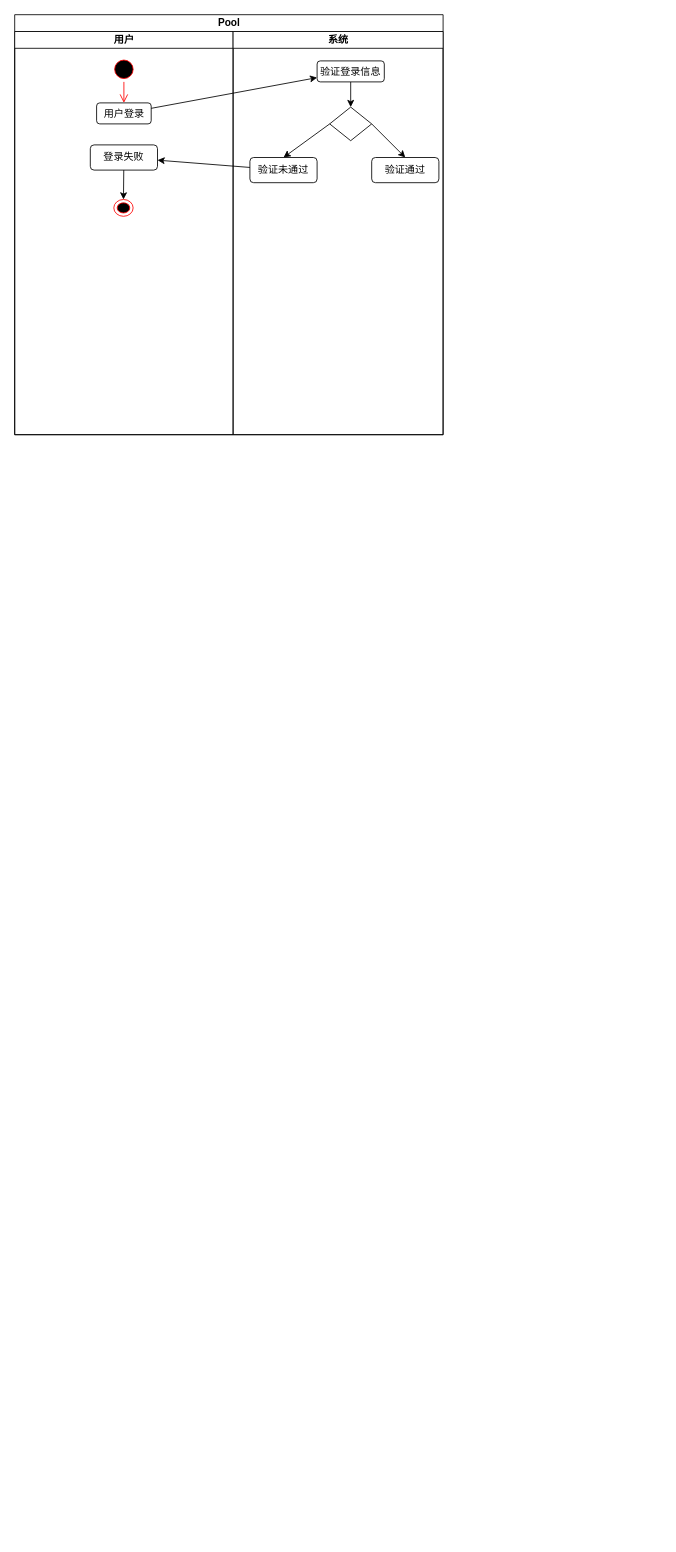
The draw.io diagram 业务用例场景-活动图.drawio in JMHello/draw, before the edit. Source tidied: cells renumbered, new cells numbered last; positions are measured from the earlier drawing's top-left corner, leaving out a move shared by most shapes. Both pictures are drawn from the tidied source at 84%, with x=0, y=0 at pixel (14, 14).
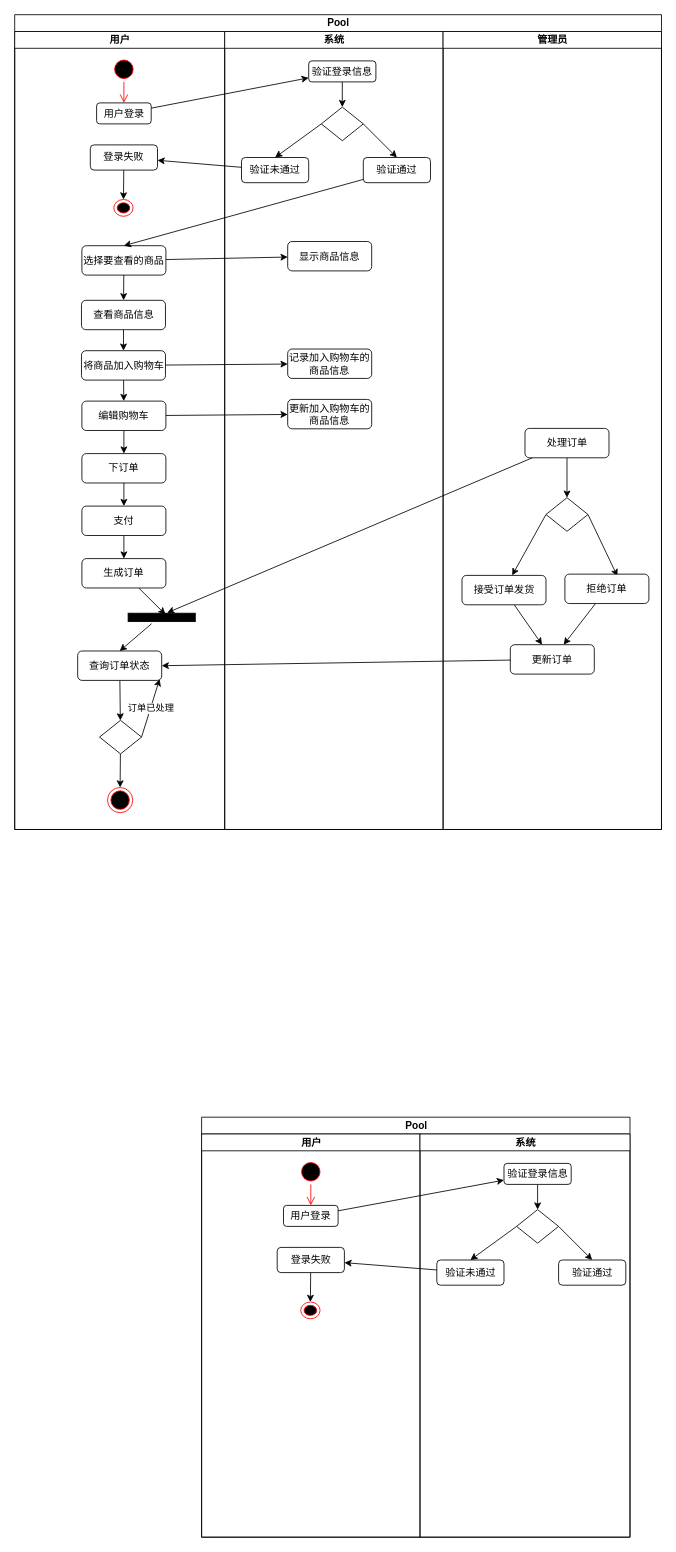
The same page after the edit.

Commit message:
Update 业务用例场景-活动图.drawio

The change refers to these unchanged cells:
```xml
<mxCell id="6" value="用户登录" style="rounded=1;whiteSpace=wrap;html=1;" parent="3" vertex="1">
  <mxGeometry x="97.5" y="85" width="65" height="25" as="geometry" />
</mxCell>
<mxCell id="13" value="验证登录信息" style="rounded=1;whiteSpace=wrap;html=1;" parent="11" vertex="1">
  <mxGeometry x="100" y="35" width="80" height="25" as="geometry" />
</mxCell>
<mxCell id="18" value="验证通过" style="rounded=1;whiteSpace=wrap;html=1;" parent="11" vertex="1">
  <mxGeometry x="165" y="150" width="80" height="30" as="geometry" />
</mxCell>
```

What changed in the source:
```diff
@@
     <mxCell id="2" value="Pool" style="swimlane;html=1;startSize=20;" parent="1" vertex="1">
-      <mxGeometry width="510" height="500" as="geometry" />
+      <mxGeometry width="770" height="970" as="geometry" />
     </mxCell>
+    <mxCell id="10" style="edgeStyle=none;rounded=0;jettySize=auto;html=1;" parent="2" edge="1" source="6" target="13">
+      <mxGeometry relative="1" as="geometry" />
+    </mxCell>
     <mxCell id="3" value="用户" style="swimlane;html=1;startSize=20;" parent="2" vertex="1">
-      <mxGeometry y="20" width="260" height="480" as="geometry" />
+      <mxGeometry y="20" width="250" height="950" as="geometry" />
     </mxCell>
@@
-    <mxCell id="10" style="edgeStyle=none;rounded=0;jettySize=auto;html=1;" parent="2" edge="1" source="6" target="13">
-      <mxGeometry relative="1" as="geometry" />
-    </mxCell>
+    <mxCell id="20" style="edgeStyle=none;rounded=0;jettySize=auto;html=1;" parent="3" edge="1" source="21" target="23">
+      <mxGeometry relative="1" as="geometry" />
+    </mxCell>
+    <mxCell id="21" value="选择要查看的商品" style="rounded=1;whiteSpace=wrap;html=1;" parent="3" vertex="1">
+      <mxGeometry x="80" y="255" width="100" height="35" as="geometry" />
+    </mxCell>
+    <mxCell id="22" style="edgeStyle=none;rounded=0;jettySize=auto;html=1;" parent="3" edge="1" source="23" target="25">
+      <mxGeometry relative="1" as="geometry" />
+    </mxCell>
+    <mxCell id="23" value="查看商品信息" style="rounded=1;whiteSpace=wrap;html=1;" parent="3" vertex="1">
+      <mxGeometry x="79.5" y="320" width="100" height="35" as="geometry" />
+    </mxCell>
+    <mxCell id="24" style="edgeStyle=none;rounded=0;jettySize=auto;html=1;" parent="3" edge="1" source="25" target="27">
+      <mxGeometry relative="1" as="geometry" />
+    </mxCell>
+    <mxCell id="25" value="将商品加入购物车" style="rounded=1;whiteSpace=wrap;html=1;" parent="3" vertex="1">
+      <mxGeometry x="79.5" y="380" width="100" height="35" as="geometry" />
+    </mxCell>
+    <mxCell id="26" style="edgeStyle=none;rounded=0;jettySize=auto;html=1;" parent="3" edge="1" source="27" target="29">
+      <mxGeometry relative="1" as="geometry" />
+    </mxCell>
+    <mxCell id="27" value="编辑购物车" style="rounded=1;whiteSpace=wrap;html=1;" parent="3" vertex="1">
+      <mxGeometry x="80" y="440" width="100" height="35" as="geometry" />
+    </mxCell>
+    <mxCell id="28" style="edgeStyle=none;rounded=0;jettySize=auto;html=1;" parent="3" edge="1" source="29" target="31">
+      <mxGeometry relative="1" as="geometry" />
+    </mxCell>
+    <mxCell id="29" value="下订单" style="rounded=1;whiteSpace=wrap;html=1;" parent="3" vertex="1">
+      <mxGeometry x="80" y="502.5" width="100" height="35" as="geometry" />
+    </mxCell>
+    <mxCell id="30" style="edgeStyle=none;rounded=0;jettySize=auto;html=1;" parent="3" edge="1" source="31" target="33">
+      <mxGeometry relative="1" as="geometry" />
+    </mxCell>
+    <mxCell id="31" value="支付" style="rounded=1;whiteSpace=wrap;html=1;" parent="3" vertex="1">
+      <mxGeometry x="80" y="565" width="100" height="35" as="geometry" />
+    </mxCell>
+    <mxCell id="32" style="edgeStyle=none;rounded=0;jettySize=auto;html=1;entryX=0.15;entryY=0.444;entryDx=0;entryDy=0;entryPerimeter=0;" parent="3" edge="1" source="33" target="35">
+      <mxGeometry relative="1" as="geometry" />
+    </mxCell>
+    <mxCell id="33" value="生成订单" style="rounded=1;whiteSpace=wrap;html=1;" parent="3" vertex="1">
+      <mxGeometry x="80" y="627.5" width="100" height="35" as="geometry" />
+    </mxCell>
+    <mxCell id="34" style="edgeStyle=none;rounded=0;jettySize=auto;html=1;entryX=0.5;entryY=0;entryDx=0;entryDy=0;exitX=1.25;exitY=0.65;exitDx=0;exitDy=0;exitPerimeter=0;" parent="3" edge="1" source="35" target="37">
+      <mxGeometry relative="1" as="geometry" />
+    </mxCell>
+    <mxCell id="35" style="html=1;points=[];perimeter=orthogonalPerimeter;rotation=90;fillColor=#000000;" parent="3" vertex="1">
+      <mxGeometry x="170" y="657.5" width="10" height="80" as="geometry" />
+    </mxCell>
+    <mxCell id="36" style="edgeStyle=none;rounded=0;jettySize=auto;html=1;" parent="3" edge="1" source="37" target="40">
+      <mxGeometry relative="1" as="geometry" />
+    </mxCell>
+    <mxCell id="37" value="查询订单状态" style="rounded=1;whiteSpace=wrap;html=1;" parent="3" vertex="1">
+      <mxGeometry x="75" y="737.5" width="100" height="35" as="geometry" />
+    </mxCell>
+    <mxCell id="38" style="edgeStyle=none;rounded=0;jettySize=auto;html=1;entryX=0.5;entryY=0;entryDx=0;entryDy=0;" parent="3" edge="1" source="40" target="41">
+      <mxGeometry relative="1" as="geometry" />
+    </mxCell>
+    <mxCell id="39" value="订单已处理" style="edgeStyle=none;rounded=0;jettySize=auto;html=1;entryX=0.975;entryY=0.957;entryDx=0;entryDy=0;entryPerimeter=0;exitX=1;exitY=0.5;exitDx=0;exitDy=0;" parent="3" edge="1" source="40" target="37">
+      <mxGeometry relative="1" as="geometry" />
+    </mxCell>
+    <mxCell id="40" style="rhombus;whiteSpace=wrap;html=1;" parent="3" vertex="1">
+      <mxGeometry x="101" y="820" width="50" height="40" as="geometry" />
+    </mxCell>
+    <mxCell id="41" style="ellipse;html=1;shape=endState;fillColor=#000000;strokeColor=#ff0000;" parent="3" vertex="1">
+      <mxGeometry x="110.5" y="900" width="30" height="30" as="geometry" />
+    </mxCell>
     <mxCell id="11" value="系统" style="swimlane;html=1;startSize=20;" parent="2" vertex="1">
-      <mxGeometry x="260" y="20" width="250" height="480" as="geometry" />
+      <mxGeometry x="250" y="20" width="260" height="950" as="geometry" />
     </mxCell>
@@
+    <mxCell id="42" value="显示商品信息" style="rounded=1;whiteSpace=wrap;html=1;" parent="11" vertex="1">
+      <mxGeometry x="75" y="250" width="100" height="35" as="geometry" />
+    </mxCell>
+    <mxCell id="43" value="记录加入购物车的商品信息" style="rounded=1;whiteSpace=wrap;html=1;" parent="11" vertex="1">
+      <mxGeometry x="75" y="378" width="100" height="35" as="geometry" />
+    </mxCell>
+    <mxCell id="44" value="更新加入购物车的商品信息" style="rounded=1;whiteSpace=wrap;html=1;" parent="11" vertex="1">
+      <mxGeometry x="75" y="438" width="100" height="35" as="geometry" />
+    </mxCell>
@@
+    <mxCell id="45" style="edgeStyle=none;rounded=0;jettySize=auto;html=1;entryX=0.5;entryY=0;entryDx=0;entryDy=0;" parent="2" edge="1" source="18" target="21">
+      <mxGeometry relative="1" as="geometry" />
+    </mxCell>
+    <mxCell id="46" style="edgeStyle=none;rounded=0;jettySize=auto;html=1;" parent="2" edge="1" source="21" target="42">
+      <mxGeometry relative="1" as="geometry" />
+    </mxCell>
+    <mxCell id="47" style="edgeStyle=none;rounded=0;jettySize=auto;html=1;" parent="2" edge="1" source="25" target="43">
+      <mxGeometry relative="1" as="geometry" />
+    </mxCell>
+    <mxCell id="48" style="edgeStyle=none;rounded=0;jettySize=auto;html=1;entryX=-0.05;entryY=0.419;entryDx=0;entryDy=0;entryPerimeter=0;" parent="2" edge="1" source="51" target="35">
+      <mxGeometry relative="1" as="geometry" />
+    </mxCell>
+    <mxCell id="49" value="管理员" style="swimlane;html=1;startSize=20;" parent="2" vertex="1">
+      <mxGeometry x="510" y="20" width="260" height="950" as="geometry" />
+    </mxCell>
+    <mxCell id="50" style="edgeStyle=none;rounded=0;jettySize=auto;html=1;entryX=0.5;entryY=0;entryDx=0;entryDy=0;" parent="49" edge="1" source="51" target="57">
+      <mxGeometry relative="1" as="geometry" />
+    </mxCell>
+    <mxCell id="51" value="处理订单" style="rounded=1;whiteSpace=wrap;html=1;" parent="49" vertex="1">
+      <mxGeometry x="97.5" y="472.5" width="100" height="35" as="geometry" />
+    </mxCell>
+    <mxCell id="52" style="edgeStyle=none;rounded=0;jettySize=auto;html=1;" parent="49" edge="1" source="53" target="54">
+      <mxGeometry relative="1" as="geometry" />
+    </mxCell>
+    <mxCell id="53" value="接受订单发货" style="rounded=1;whiteSpace=wrap;html=1;" parent="49" vertex="1">
+      <mxGeometry x="22.5" y="647.5" width="100" height="35" as="geometry" />
+    </mxCell>
+    <mxCell id="54" value="更新订单" style="rounded=1;whiteSpace=wrap;html=1;" parent="49" vertex="1">
+      <mxGeometry x="80" y="730" width="100" height="35" as="geometry" />
+    </mxCell>
+    <mxCell id="55" style="edgeStyle=none;rounded=0;jettySize=auto;html=1;exitX=0;exitY=0.5;exitDx=0;exitDy=0;" parent="49" edge="1" source="57" target="53">
+      <mxGeometry relative="1" as="geometry" />
+    </mxCell>
+    <mxCell id="56" style="edgeStyle=none;rounded=0;jettySize=auto;html=1;exitX=1;exitY=0.5;exitDx=0;exitDy=0;entryX=0.625;entryY=0.071;entryDx=0;entryDy=0;entryPerimeter=0;" parent="49" edge="1" source="57" target="59">
+      <mxGeometry relative="1" as="geometry" />
+    </mxCell>
+    <mxCell id="57" style="rhombus;whiteSpace=wrap;html=1;" parent="49" vertex="1">
+      <mxGeometry x="122.5" y="555" width="50" height="40" as="geometry" />
+    </mxCell>
+    <mxCell id="58" style="edgeStyle=none;rounded=0;jettySize=auto;html=1;" parent="49" edge="1" source="59" target="54">
+      <mxGeometry relative="1" as="geometry" />
+    </mxCell>
+    <mxCell id="59" value="拒绝订单" style="rounded=1;whiteSpace=wrap;html=1;" parent="49" vertex="1">
+      <mxGeometry x="145" y="646" width="100" height="35" as="geometry" />
+    </mxCell>
+    <mxCell id="60" style="edgeStyle=none;rounded=0;jettySize=auto;html=1;entryX=1;entryY=0.5;entryDx=0;entryDy=0;" parent="2" edge="1" source="54" target="37">
+      <mxGeometry relative="1" as="geometry" />
+    </mxCell>
+    <mxCell id="61" style="edgeStyle=none;rounded=0;jettySize=auto;html=1;" parent="2" edge="1" source="27" target="44">
+      <mxGeometry relative="1" as="geometry" />
+    </mxCell>
+    <mxCell id="62" value="Pool" style="swimlane;html=1;startSize=20;" parent="1" vertex="1">
+      <mxGeometry x="222.5" y="1312.5" width="510" height="500" as="geometry" />
+    </mxCell>
+    <mxCell id="63" value="用户" style="swimlane;html=1;startSize=20;" parent="62" vertex="1">
+      <mxGeometry y="20" width="260" height="480" as="geometry" />
+    </mxCell>
+    <mxCell id="64" style="ellipse;html=1;shape=startState;fillColor=#000000;strokeColor=#ff0000;" parent="63" vertex="1">
+      <mxGeometry x="115" y="30" width="30" height="30" as="geometry" />
+    </mxCell>
+    <mxCell id="65" style="html=1;verticalAlign=bottom;endArrow=open;endSize=8;strokeColor=#ff0000;entryX=0.5;entryY=0;entryDx=0;entryDy=0;" parent="63" edge="1" source="64" target="66">
+      <mxGeometry relative="1" as="geometry" />
+    </mxCell>
+    <mxCell id="66" value="用户登录" style="rounded=1;whiteSpace=wrap;html=1;" parent="63" vertex="1">
+      <mxGeometry x="97.5" y="85" width="65" height="25" as="geometry" />
+    </mxCell>
+    <mxCell id="67" style="edgeStyle=none;rounded=0;jettySize=auto;html=1;entryX=0.5;entryY=0;entryDx=0;entryDy=0;" parent="63" edge="1" source="68" target="69">
+      <mxGeometry relative="1" as="geometry" />
+    </mxCell>
+    <mxCell id="68" value="登录失败" style="rounded=1;whiteSpace=wrap;html=1;" parent="63" vertex="1">
+      <mxGeometry x="90" y="135" width="80" height="30" as="geometry" />
+    </mxCell>
+    <mxCell id="69" style="ellipse;html=1;shape=endState;fillColor=#000000;strokeColor=#ff0000;" parent="63" vertex="1">
+      <mxGeometry x="118" y="200" width="23" height="20" as="geometry" />
+    </mxCell>
+    <mxCell id="70" style="edgeStyle=none;rounded=0;jettySize=auto;html=1;" parent="62" edge="1" source="66" target="73">
+      <mxGeometry relative="1" as="geometry" />
+    </mxCell>
+    <mxCell id="71" value="系统" style="swimlane;html=1;startSize=20;" parent="62" vertex="1">
+      <mxGeometry x="260" y="20" width="250" height="480" as="geometry" />
+    </mxCell>
+    <mxCell id="72" style="edgeStyle=none;rounded=0;jettySize=auto;html=1;" parent="71" edge="1" source="73" target="76">
+      <mxGeometry relative="1" as="geometry" />
+    </mxCell>
+    <mxCell id="73" value="验证登录信息" style="rounded=1;whiteSpace=wrap;html=1;" parent="71" vertex="1">
+      <mxGeometry x="100" y="35" width="80" height="25" as="geometry" />
+    </mxCell>
+    <mxCell id="74" style="edgeStyle=none;rounded=0;jettySize=auto;html=1;exitX=0;exitY=0.5;exitDx=0;exitDy=0;entryX=0.5;entryY=0;entryDx=0;entryDy=0;" parent="71" edge="1" source="76" target="77">
+      <mxGeometry relative="1" as="geometry" />
+    </mxCell>
+    <mxCell id="75" style="edgeStyle=none;rounded=0;jettySize=auto;html=1;exitX=1;exitY=0.5;exitDx=0;exitDy=0;entryX=0.5;entryY=0;entryDx=0;entryDy=0;" parent="71" edge="1" source="76" target="78">
+      <mxGeometry relative="1" as="geometry" />
+    </mxCell>
+    <mxCell id="76" style="rhombus;whiteSpace=wrap;html=1;" parent="71" vertex="1">
+      <mxGeometry x="115" y="90" width="50" height="40" as="geometry" />
+    </mxCell>
+    <mxCell id="77" value="验证未通过" style="rounded=1;whiteSpace=wrap;html=1;" parent="71" vertex="1">
+      <mxGeometry x="20" y="150" width="80" height="30" as="geometry" />
+    </mxCell>
+    <mxCell id="78" value="验证通过" style="rounded=1;whiteSpace=wrap;html=1;" parent="71" vertex="1">
+      <mxGeometry x="165" y="150" width="80" height="30" as="geometry" />
+    </mxCell>
+    <mxCell id="79" style="edgeStyle=none;rounded=0;jettySize=auto;html=1;" parent="62" edge="1" source="77" target="68">
+      <mxGeometry relative="1" as="geometry" />
+    </mxCell>
```
